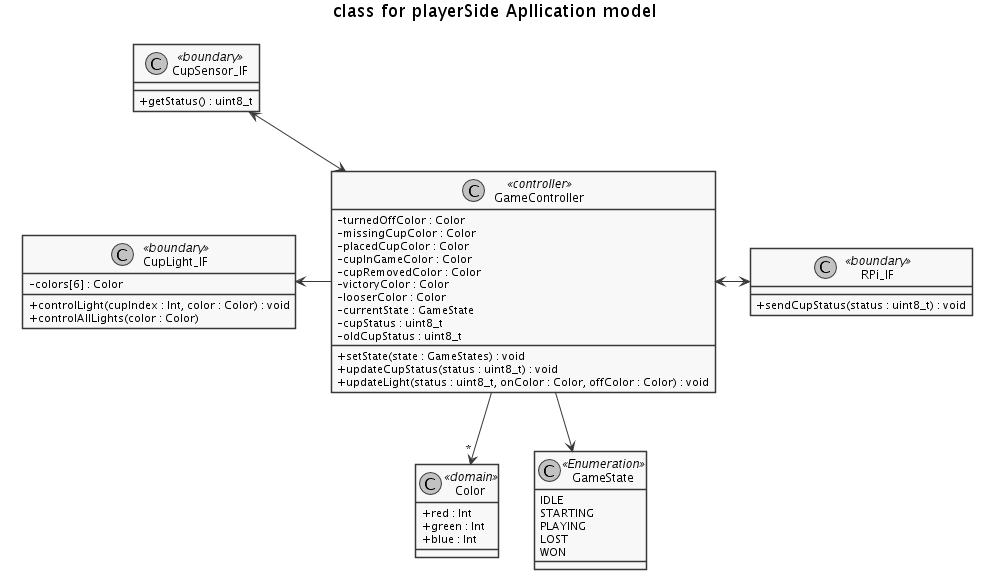
TristanMoe/Projekt---Semesterprojekt keeps this PlantUML diagram as Arkitektur/Softwarearkitektur/Applikationsmodel/PlayerSide/graphics/classDiagram.png. Above is the earlier version.
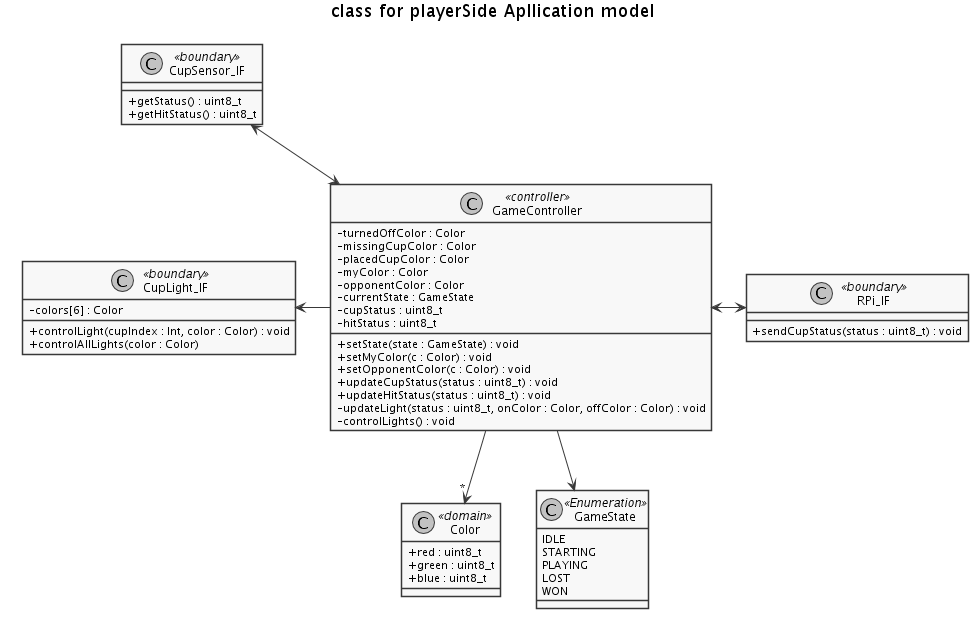
Later version of the same file.

What changed in the source:
```diff
@@ -10,9 +10,9 @@
 title class for playerSide Apllication model
 
 class Color <<domain>> {
-  +red : Int
-  +green : Int
-  +blue : Int
+  +red : uint8_t
+  +green : uint8_t
+  +blue : uint8_t
 }
 
 
@@ -32,16 +32,18 @@
   -turnedOffColor : Color
   -missingCupColor : Color
   -placedCupColor : Color
-  -cupInGameColor : Color
-  -cupRemovedColor : Color
-  -victoryColor : Color
-  -looserColor : Color
+  -myColor : Color
+  -opponentColor : Color
   -currentState : GameState
   -cupStatus : uint8_t
-  -oldCupStatus : uint8_t
-  +setState(state : GameStates) : void
+  -hitStatus : uint8_t
+  +setState(state : GameState) : void
+  +setMyColor(c : Color) : void
+  +setOpponentColor(c : Color) : void
   +updateCupStatus(status : uint8_t) : void
-  +updateLight(status : uint8_t, onColor : Color, offColor : Color) : void
+  +updateHitStatus(status : uint8_t) : void
+  -updateLight(status : uint8_t, onColor : Color, offColor : Color) : void
+  -controlLights() : void
 }
 together {
   class CupLight_IF <<boundary>> {
@@ -52,6 +54,7 @@
 
   class CupSensor_IF <<boundary>> {
     +getStatus() : uint8_t
+    +getHitStatus() : uint8_t
   }
 }
 
```
